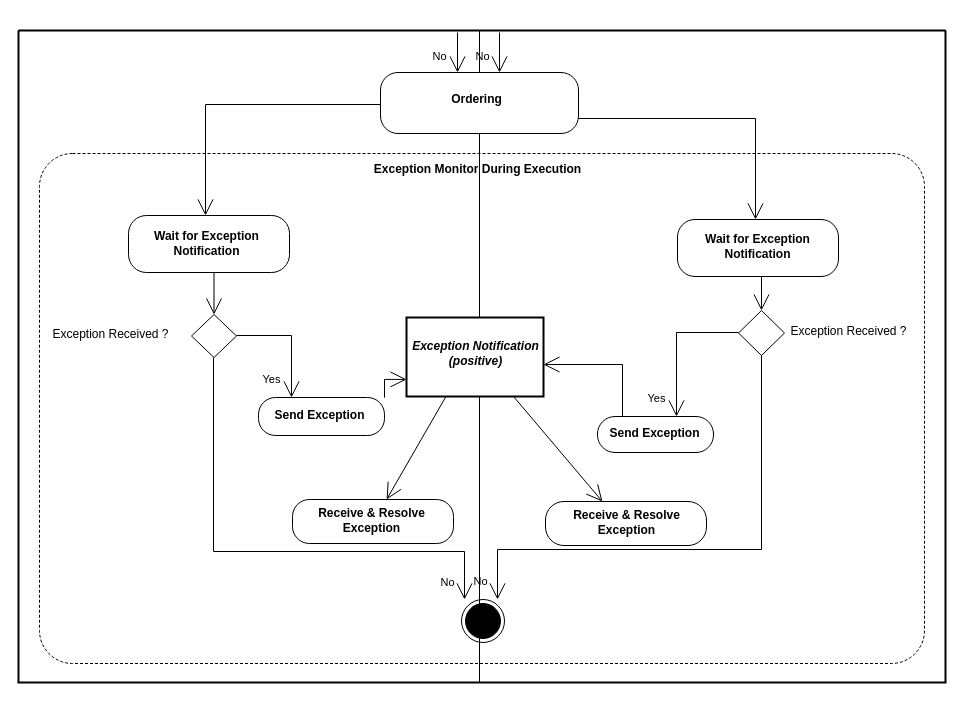
The draw.io diagram diagrams/UBL-2.2-CPFR-ExceptionMonitor/UBL-2.2-CPFR-ExceptionMonitor.drawio in kduvekot/ubl-work-on-svg-images, before the edit. Source tidied: cells renumbered, new cells numbered last; positions are measured from the earlier drawing's top-left corner, leaving out a move shared by most shapes. Both pictures are drawn from the tidied source at 100%, with x=0, y=0 at pixel (18, 30).
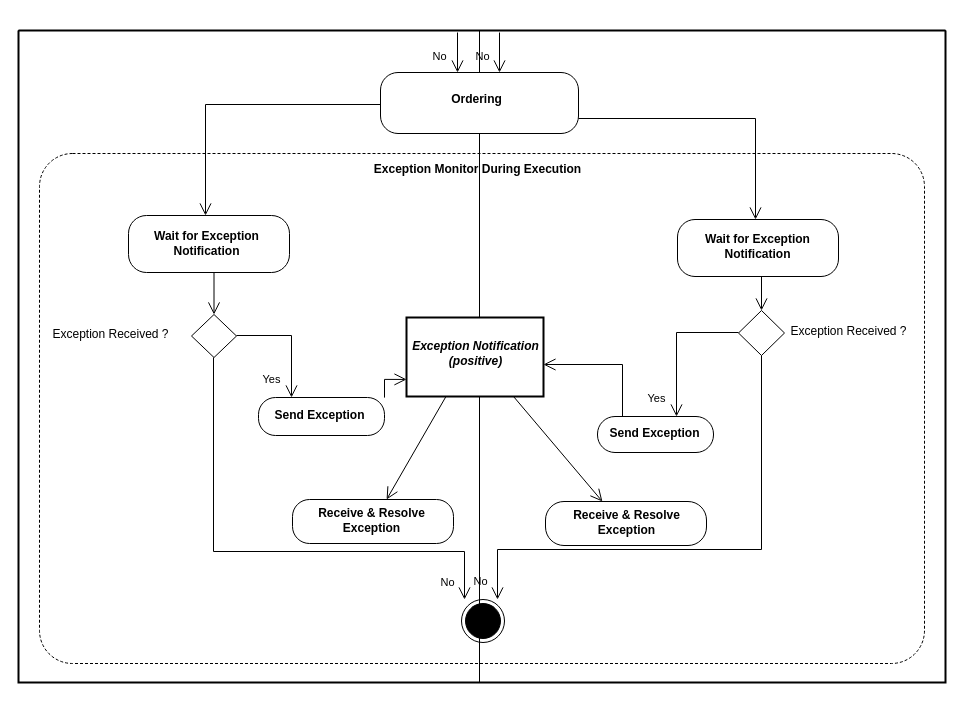
The same diagram, later.

Unchanged cells that the change refers to:
```xml
<mxCell id="2" style="swimlane;html=1;startSize=0;whiteSpace=wrap;fillColor=none;strokeWidth=2;" parent="1" vertex="1">
  <mxGeometry width="927" height="652" as="geometry" />
</mxCell>
<mxCell id="4" style="swimlane;horizontal=1;startSize=22;swimlaneLine=0;html=1;fillColor=none;fontStyle=0;spacing=0;spacingRight=1;" parent="2" vertex="1">
  <mxGeometry width="461" height="652" as="geometry" />
</mxCell>
<mxCell id="5" style="swimlane;horizontal=1;startSize=22;swimlaneLine=0;html=1;fillColor=none;fontStyle=0;spacing=0;spacingLeft=2;" parent="2" vertex="1">
  <mxGeometry x="461" width="466" height="652" as="geometry" />
</mxCell>
<mxCell id="6" value="Ordering" style="rounded=1;absoluteArcSize=1;arcSize=35;html=1;whiteSpace=nowrap;fontStyle=1;align=center;verticalAlign=middle;spacing=0;spacingRight=7;spacingBottom=7;" parent="5" vertex="1">
  <mxGeometry x="-99" y="42" width="198" height="61" as="geometry" />
</mxCell>
<mxCell id="7" value="Wait for Exception&lt;br&gt;Notification" style="rounded=1;absoluteArcSize=1;arcSize=36;html=1;whiteSpace=nowrap;fontStyle=1;align=center;verticalAlign=middle;spacing=0;spacingRight=5;spacingBottom=2;" parent="4" vertex="1">
  <mxGeometry x="110" y="185" width="161" height="57" as="geometry" />
</mxCell>
<mxCell id="8" value="Wait for Exception&lt;br&gt;Notification" style="rounded=1;absoluteArcSize=1;arcSize=35;html=1;whiteSpace=nowrap;fontStyle=1;align=center;verticalAlign=middle;spacing=0;spacingRight=1;spacingBottom=4;" parent="5" vertex="1">
  <mxGeometry x="198" y="189" width="161" height="57" as="geometry" />
</mxCell>
<mxCell id="9" value="Exception Received ?" style="rhombus;html=1;whiteSpace=nowrap;fontStyle=0;align=center;verticalAlign=middle;spacing=0;spacingLeft=174;spacingBottom=4;" parent="5" vertex="1">
  <mxGeometry x="259" y="280" width="46" height="45" as="geometry" />
</mxCell>
<mxCell id="10" value="Exception Received ?" style="rhombus;html=1;whiteSpace=nowrap;fontStyle=0;align=center;verticalAlign=middle;spacing=0;spacingRight=207;spacingBottom=3;" parent="4" vertex="1">
  <mxGeometry x="173" y="284" width="45" height="43" as="geometry" />
</mxCell>
<mxCell id="11" value="Exception Notification&lt;br&gt;(positive)" style="rounded=0;html=1;whiteSpace=nowrap;fontStyle=3;align=center;verticalAlign=middle;spacing=0;spacingLeft=1;spacingBottom=7;strokeWidth=2;" parent="5" vertex="1">
  <mxGeometry x="-73" y="287" width="137" height="79" as="geometry" />
</mxCell>
<mxCell id="12" value="Send Exception" style="rounded=1;absoluteArcSize=1;arcSize=34;html=1;whiteSpace=nowrap;fontStyle=1;align=center;verticalAlign=middle;spacing=0;spacingRight=4;spacingBottom=2;" parent="4" vertex="1">
  <mxGeometry x="240" y="367" width="126" height="38" as="geometry" />
</mxCell>
<mxCell id="13" value="Send Exception" style="rounded=1;absoluteArcSize=1;arcSize=35;html=1;whiteSpace=nowrap;fontStyle=1;align=center;verticalAlign=middle;spacing=0;spacingRight=3;spacingBottom=2;" parent="5" vertex="1">
  <mxGeometry x="118" y="386" width="116" height="36" as="geometry" />
</mxCell>
<mxCell id="14" value="Receive &amp;amp; Resolve&lt;br&gt;Exception" style="rounded=1;absoluteArcSize=1;arcSize=34;html=1;whiteSpace=nowrap;fontStyle=1;align=center;verticalAlign=middle;spacing=0;spacingRight=4;spacingBottom=2;" parent="4" vertex="1">
  <mxGeometry x="274" y="469" width="161" height="44" as="geometry" />
</mxCell>
<mxCell id="15" value="Receive &amp;amp; Resolve&lt;br&gt;Exception" style="rounded=1;absoluteArcSize=1;arcSize=37;html=1;whiteSpace=nowrap;fontStyle=1;align=center;verticalAlign=middle;spacing=0;spacingLeft=1;spacingBottom=2;" parent="5" vertex="1">
  <mxGeometry x="66" y="471" width="161" height="44" as="geometry" />
</mxCell>
<mxCell id="16" style="ellipse;shape=endState;fillColor=#000000;html=1;" parent="5" vertex="1">
  <mxGeometry x="-18" y="569" width="43" height="43" as="geometry" />
</mxCell>
```

Change to the diagram source:
```diff
@@
-    <mxCell id="17" style="edgeStyle=orthogonalEdgeStyle;rounded=0;html=1;endArrow=open;endFill=0;endSize=14;exitPerimeter=0;entryPerimeter=0;exitX=0;exitY=0.52459;entryX=0.478261;entryY=0;" parent="2" edge="1" source="6" target="7">
+    <mxCell id="17" style="edgeStyle=orthogonalEdgeStyle;rounded=0;html=1;endArrow=open;endFill=0;endSize=10;exitPerimeter=0;entryPerimeter=0;exitX=0;exitY=0.52459;entryX=0.478261;entryY=0;" parent="2" edge="1" source="6" target="7">
       <mxGeometry relative="1" as="geometry">
         <Array as="points">
           <mxPoint x="187" y="74" />
         </Array>
       </mxGeometry>
     </mxCell>
-    <mxCell id="18" style="edgeStyle=orthogonalEdgeStyle;rounded=0;html=1;endArrow=open;endFill=0;endSize=14;exitPerimeter=0;entryPerimeter=0;exitX=1;exitY=0.754098;entryX=0.484472;entryY=0;" parent="5" edge="1" source="6" target="8">
+    <mxCell id="18" style="edgeStyle=orthogonalEdgeStyle;rounded=0;html=1;endArrow=open;endFill=0;endSize=10;exitPerimeter=0;entryPerimeter=0;exitX=1;exitY=0.754098;entryX=0.484472;entryY=0;" parent="5" edge="1" source="6" target="8">
       <mxGeometry relative="1" as="geometry">
         <Array as="points">
           <mxPoint x="276" y="88" />
         </Array>
       </mxGeometry>
     </mxCell>
-    <mxCell id="19" style="edgeStyle=none;rounded=0;html=1;endArrow=open;endFill=0;endSize=14;exitPerimeter=0;entryX=0.5;entryY=0;entryPerimeter=0;exitX=0.531056;exitY=1;" parent="4" edge="1" source="7" target="10">
+    <mxCell id="19" style="edgeStyle=none;rounded=0;html=1;endArrow=open;endFill=0;endSize=10;exitPerimeter=0;entryX=0.5;entryY=0;entryPerimeter=0;exitX=0.531056;exitY=1;" parent="4" edge="1" source="7" target="10">
       <mxGeometry relative="1" as="geometry" />
     </mxCell>
-    <mxCell id="20" style="edgeStyle=none;rounded=0;html=1;endArrow=open;endFill=0;endSize=14;exitPerimeter=0;entryX=0.5;entryY=0;entryPerimeter=0;exitX=0.521739;exitY=1;" parent="5" edge="1" source="8" target="9">
+    <mxCell id="20" style="edgeStyle=none;rounded=0;html=1;endArrow=open;endFill=0;endSize=10;exitPerimeter=0;entryX=0.5;entryY=0;entryPerimeter=0;exitX=0.521739;exitY=1;" parent="5" edge="1" source="8" target="9">
       <mxGeometry relative="1" as="geometry" />
     </mxCell>
-    <mxCell id="21" value="Yes" style="edgeStyle=orthogonalEdgeStyle;rounded=0;html=1;endArrow=open;endFill=0;endSize=14;exitPerimeter=0;entryPerimeter=0;fontStyle=0;align=center;verticalAlign=middle;labelBackgroundColor=none;exitX=0;exitY=0.488889;entryX=0.681034;entryY=0;" parent="5" edge="1" source="9" target="13">
+    <mxCell id="21" value="Yes" style="edgeStyle=orthogonalEdgeStyle;rounded=0;html=1;endArrow=open;endFill=0;endSize=10;exitPerimeter=0;entryPerimeter=0;fontStyle=0;align=center;verticalAlign=middle;labelBackgroundColor=none;exitX=0;exitY=0.488889;entryX=0.681034;entryY=0;" parent="5" edge="1" source="9" target="13">
       <mxGeometry x="0.76" relative="1" as="geometry">
         <Array as="points">
           <mxPoint x="197" y="302" />
         </Array>
         <mxPoint x="-20" as="offset" />
       </mxGeometry>
     </mxCell>
-    <mxCell id="22" value="Yes" style="edgeStyle=orthogonalEdgeStyle;rounded=0;html=1;endArrow=open;endFill=0;endSize=14;exitPerimeter=0;entryPerimeter=0;fontStyle=0;align=center;verticalAlign=middle;labelBackgroundColor=none;exitX=1;exitY=0.488372;entryX=0.261905;entryY=0;" parent="4" edge="1" source="10" target="12">
+    <mxCell id="22" value="Yes" style="edgeStyle=orthogonalEdgeStyle;rounded=0;html=1;endArrow=open;endFill=0;endSize=10;exitPerimeter=0;entryPerimeter=0;fontStyle=0;align=center;verticalAlign=middle;labelBackgroundColor=none;exitX=1;exitY=0.488372;entryX=0.261905;entryY=0;" parent="4" edge="1" source="10" target="12">
       <mxGeometry x="0.7" relative="1" as="geometry">
         <Array as="points">
           <mxPoint x="273" y="305" />
         </Array>
         <mxPoint x="-20" as="offset" />
       </mxGeometry>
     </mxCell>
-    <mxCell id="23" style="edgeStyle=orthogonalEdgeStyle;rounded=0;html=1;endArrow=open;endFill=0;endSize=14;exitPerimeter=0;entryPerimeter=0;exitX=0.215517;exitY=0;entryX=1;entryY=0.594937;" parent="5" edge="1" source="13" target="11">
+    <mxCell id="23" style="edgeStyle=orthogonalEdgeStyle;rounded=0;html=1;endArrow=open;endFill=0;endSize=10;exitPerimeter=0;entryPerimeter=0;exitX=0.215517;exitY=0;entryX=1;entryY=0.594937;" parent="5" edge="1" source="13" target="11">
       <mxGeometry relative="1" as="geometry">
         <Array as="points">
           <mxPoint x="143" y="334" />
         </Array>
       </mxGeometry>
     </mxCell>
-    <mxCell id="24" value="No" style="edgeStyle=orthogonalEdgeStyle;rounded=0;html=1;endArrow=open;endFill=0;endSize=14;exitPerimeter=0;entryPerimeter=0;fontStyle=0;align=center;verticalAlign=middle;labelBackgroundColor=none;exitX=0.5;exitY=1;entryX=0.837209;entryY=0;" parent="5" edge="1" source="9" target="16">
+    <mxCell id="24" value="No" style="edgeStyle=orthogonalEdgeStyle;rounded=0;html=1;endArrow=open;endFill=0;endSize=10;exitPerimeter=0;entryPerimeter=0;fontStyle=0;align=center;verticalAlign=middle;labelBackgroundColor=none;exitX=0.5;exitY=1;entryX=0.837209;entryY=0;" parent="5" edge="1" source="9" target="16">
       <mxGeometry x="0.93" relative="1" as="geometry">
         <Array as="points">
           <mxPoint x="282" y="519" />
           <mxPoint x="18" y="519" />
         </Array>
         <mxPoint x="-17" as="offset" />
       </mxGeometry>
     </mxCell>
-    <mxCell id="25" value="No" style="edgeStyle=orthogonalEdgeStyle;rounded=0;html=1;endArrow=open;endFill=0;endSize=14;exitPerimeter=0;entryPerimeter=0;fontStyle=0;align=center;verticalAlign=middle;labelBackgroundColor=none;exitX=0.488889;exitY=1;entryX=0.069767;entryY=0;" parent="2" edge="1" source="10" target="16">
+    <mxCell id="25" value="No" style="edgeStyle=orthogonalEdgeStyle;rounded=0;html=1;endArrow=open;endFill=0;endSize=10;exitPerimeter=0;entryPerimeter=0;fontStyle=0;align=center;verticalAlign=middle;labelBackgroundColor=none;exitX=0.488889;exitY=1;entryX=0.069767;entryY=0;" parent="2" edge="1" source="10" target="16">
       <mxGeometry x="0.93" relative="1" as="geometry">
         <Array as="points">
           <mxPoint x="195" y="521" />
           <mxPoint x="446" y="521" />
         </Array>
         <mxPoint x="-17" as="offset" />
       </mxGeometry>
     </mxCell>
-    <mxCell id="26" style="edgeStyle=orthogonalEdgeStyle;rounded=0;html=1;endArrow=open;endFill=0;endSize=14;exitX=1;exitY=0.0026;exitPerimeter=0;entryX=0;entryY=0.784;entryPerimeter=0;" parent="2" edge="1" source="12" target="11">
+    <mxCell id="26" style="edgeStyle=orthogonalEdgeStyle;rounded=0;html=1;endArrow=open;endFill=0;endSize=10;exitX=1;exitY=0.0026;exitPerimeter=0;entryX=0;entryY=0.784;entryPerimeter=0;" parent="2" edge="1" source="12" target="11">
       <mxGeometry relative="1" as="geometry" />
     </mxCell>
-    <mxCell id="27" style="edgeStyle=none;rounded=0;html=1;endArrow=open;endFill=0;endSize=14;exitX=0.2881;exitY=1;exitPerimeter=0;entryX=0.5845;entryY=0;entryPerimeter=0;" parent="2" edge="1" source="11" target="14">
+    <mxCell id="27" style="edgeStyle=none;rounded=0;html=1;endArrow=open;endFill=0;endSize=10;exitX=0.2881;exitY=1;exitPerimeter=0;entryX=0.5845;entryY=0;entryPerimeter=0;" parent="2" edge="1" source="11" target="14">
       <mxGeometry relative="1" as="geometry" />
     </mxCell>
-    <mxCell id="28" style="edgeStyle=none;rounded=0;html=1;endArrow=open;endFill=0;endSize=14;exitX=0.7812;exitY=1;exitPerimeter=0;entryX=0.3534;entryY=0;entryPerimeter=0;" parent="5" edge="1" source="11" target="15">
+    <mxCell id="28" style="edgeStyle=none;rounded=0;html=1;endArrow=open;endFill=0;endSize=10;exitX=0.7812;exitY=1;exitPerimeter=0;entryX=0.3534;entryY=0;entryPerimeter=0;" parent="5" edge="1" source="11" target="15">
       <mxGeometry relative="1" as="geometry" />
     </mxCell>
-    <mxCell id="29" value="No" style="edgeStyle=none;rounded=0;html=1;endArrow=open;endFill=0;endSize=14;fontStyle=0;align=center;verticalAlign=middle;labelBackgroundColor=none;entryPerimeter=0;entryX=0.388889;entryY=0;" parent="5" edge="1" target="6">
+    <mxCell id="29" value="No" style="edgeStyle=none;rounded=0;html=1;endArrow=open;endFill=0;endSize=10;fontStyle=0;align=center;verticalAlign=middle;labelBackgroundColor=none;entryPerimeter=0;entryX=0.388889;entryY=0;" parent="5" edge="1" target="6">
       <mxGeometry x="0.21" relative="1" as="geometry">
         <mxPoint x="-22" y="2" as="sourcePoint" />
         <mxPoint x="-18" as="offset" />
       </mxGeometry>
     </mxCell>
-    <mxCell id="30" value="No" style="edgeStyle=none;rounded=0;html=1;endArrow=open;endFill=0;endSize=14;fontStyle=0;align=center;verticalAlign=middle;labelBackgroundColor=none;entryPerimeter=0;entryX=0.60101;entryY=0;" parent="5" edge="1" target="6">
+    <mxCell id="30" value="No" style="edgeStyle=none;rounded=0;html=1;endArrow=open;endFill=0;endSize=10;fontStyle=0;align=center;verticalAlign=middle;labelBackgroundColor=none;entryPerimeter=0;entryX=0.60101;entryY=0;" parent="5" edge="1" target="6">
       <mxGeometry x="0.26" relative="1" as="geometry">
         <mxPoint x="20" y="2" as="sourcePoint" />
         <mxPoint x="-17" y="-1" as="offset" />
       </mxGeometry>
     </mxCell>
```
